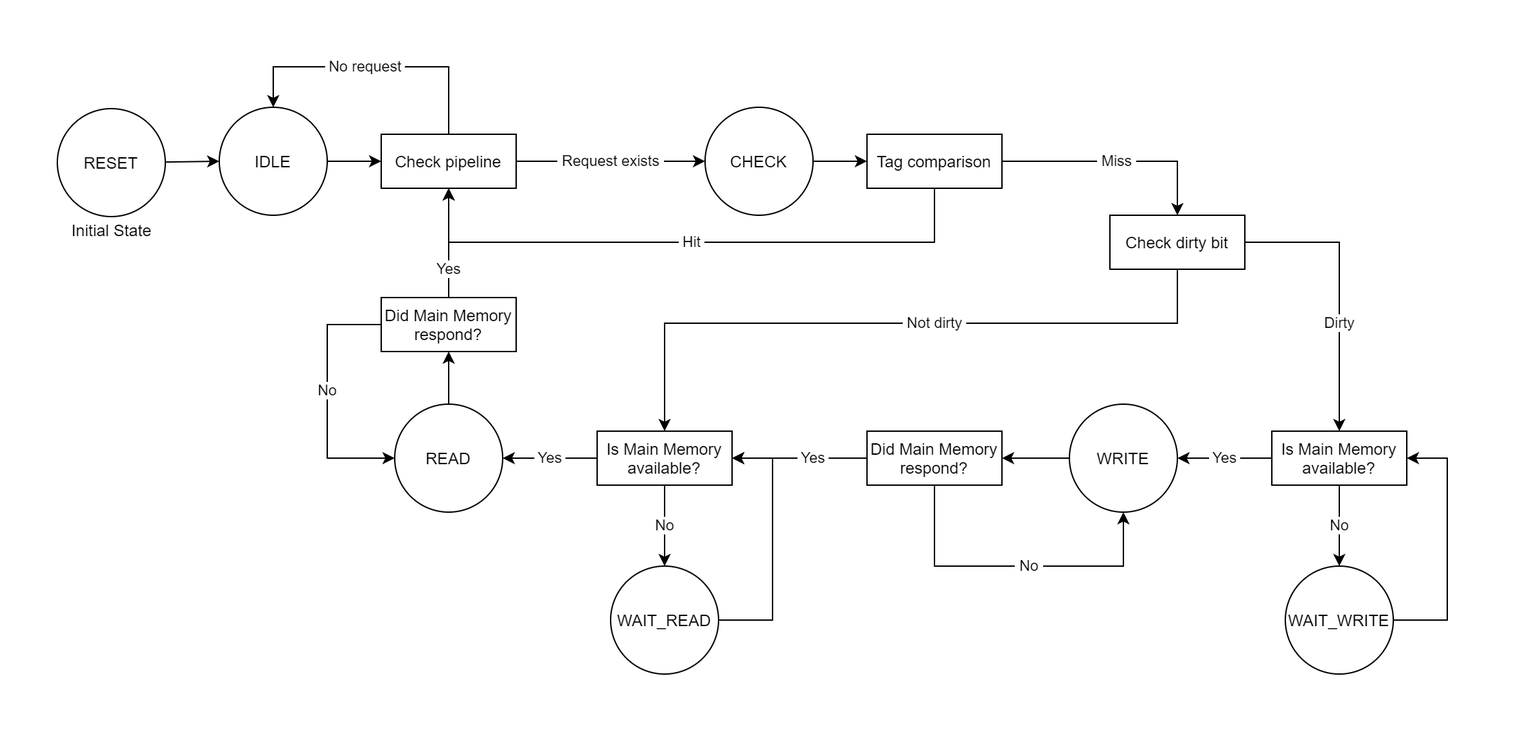
Before: images/state_diagram.png, a diagram exported from draw.io (VLSIDA/OpenCache). Source tidied: cells renumbered, new cells last; positions are measured from the earlier drawing's top-left corner, leaving out a move shared by most shapes.
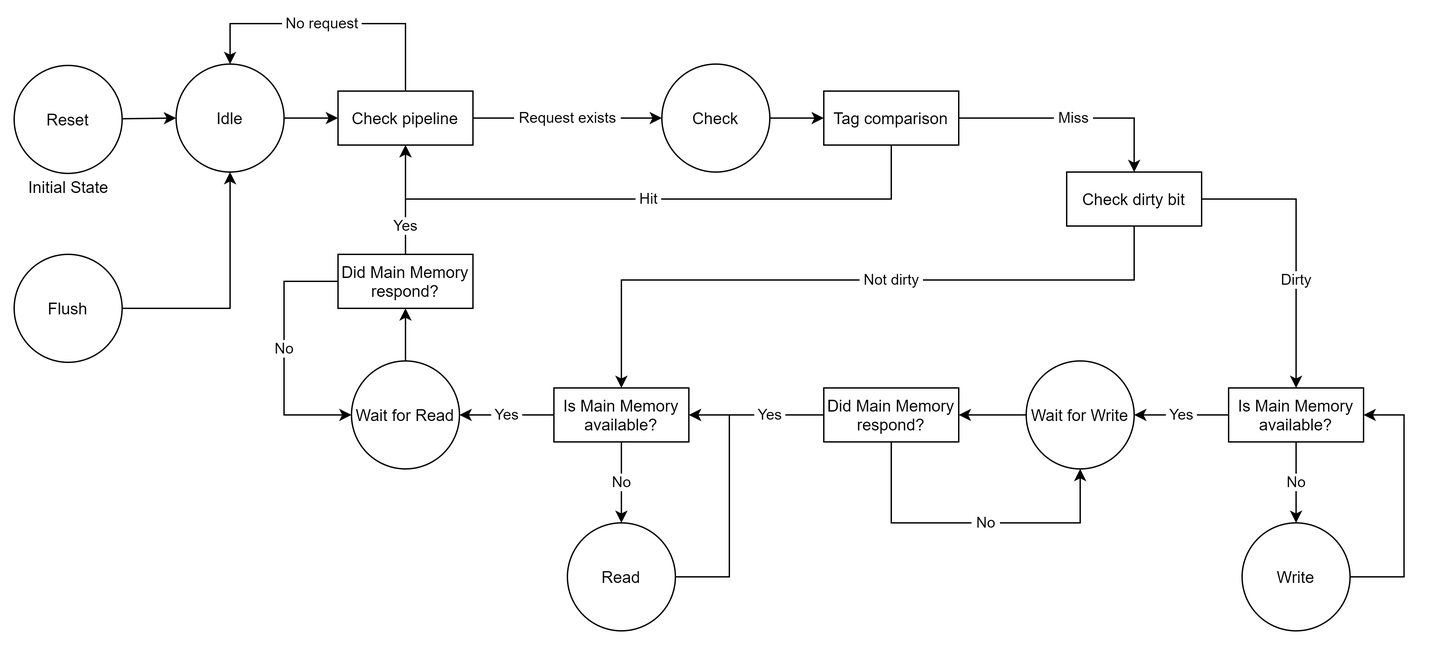
After the change.

What changed in the source:
```diff
@@ -5,7 +5,7 @@
     <mxCell id="2" style="edgeStyle=none;rounded=0;jettySize=auto;html=1;entryX=0;entryY=0.5;entryDx=0;entryDy=0;" parent="1" edge="1" source="3" target="6">
       <mxGeometry relative="1" as="geometry" />
     </mxCell>
-    <mxCell id="3" value="RESET" style="ellipse;whiteSpace=wrap;html=1;" parent="1" vertex="1">
+    <mxCell id="3" value="Reset" style="ellipse;whiteSpace=wrap;html=1;" parent="1" vertex="1">
       <mxGeometry y="31" width="80" height="80" as="geometry" />
     </mxCell>
     <mxCell id="4" value="&amp;nbsp;Request exists&amp;nbsp;" style="edgeStyle=orthogonalEdgeStyle;rounded=0;jettySize=auto;html=1;entryX=0;entryY=0.5;entryDx=0;entryDy=0;" parent="1" edge="1" source="11" target="8">
@@ -14,13 +14,13 @@
     <mxCell id="5" style="edgeStyle=orthogonalEdgeStyle;rounded=0;jettySize=auto;html=1;entryX=0;entryY=0.5;entryDx=0;entryDy=0;targetPerimeterSpacing=0;" parent="1" edge="1" source="6" target="11">
       <mxGeometry relative="1" as="geometry" />
     </mxCell>
-    <mxCell id="6" value="IDLE" style="ellipse;whiteSpace=wrap;html=1;" parent="1" vertex="1">
+    <mxCell id="6" value="Idle" style="ellipse;whiteSpace=wrap;html=1;" parent="1" vertex="1">
       <mxGeometry x="120" y="30" width="80" height="80" as="geometry" />
     </mxCell>
     <mxCell id="7" style="edgeStyle=orthogonalEdgeStyle;rounded=0;jettySize=auto;html=1;entryX=0;entryY=0.5;entryDx=0;entryDy=0;targetPerimeterSpacing=0;" parent="1" edge="1" source="8" target="14">
       <mxGeometry relative="1" as="geometry" />
     </mxCell>
-    <mxCell id="8" value="CHECK" style="ellipse;whiteSpace=wrap;html=1;" parent="1" vertex="1">
+    <mxCell id="8" value="Check" style="ellipse;whiteSpace=wrap;html=1;" parent="1" vertex="1">
       <mxGeometry x="480" y="30" width="80" height="80" as="geometry" />
     </mxCell>
     <mxCell id="9" value="Initial State" style="text;html=1;align=center;verticalAlign=middle;strokeColor=none;" parent="1" vertex="1">
@@ -77,19 +77,19 @@
         </Array>
       </mxGeometry>
     </mxCell>
-    <mxCell id="19" value="WAIT_WRITE" style="ellipse;whiteSpace=wrap;html=1;" parent="1" vertex="1">
+    <mxCell id="19" value="Write" style="ellipse;whiteSpace=wrap;html=1;" parent="1" vertex="1">
       <mxGeometry x="910" y="370" width="80" height="80" as="geometry" />
     </mxCell>
     <mxCell id="20" style="edgeStyle=orthogonalEdgeStyle;rounded=0;jettySize=auto;html=1;entryX=1;entryY=0.5;entryDx=0;entryDy=0;targetPerimeterSpacing=0;" parent="1" edge="1" source="21" target="37">
       <mxGeometry relative="1" as="geometry" />
     </mxCell>
-    <mxCell id="21" value="WRITE" style="ellipse;whiteSpace=wrap;html=1;" parent="1" vertex="1">
+    <mxCell id="21" value="Wait for Write" style="ellipse;whiteSpace=wrap;html=1;" parent="1" vertex="1">
       <mxGeometry x="750" y="250" width="80" height="80" as="geometry" />
     </mxCell>
     <mxCell id="22" style="edgeStyle=orthogonalEdgeStyle;rounded=0;jettySize=auto;html=1;entryX=0.5;entryY=1;entryDx=0;entryDy=0;targetPerimeterSpacing=0;" parent="1" edge="1" source="23" target="34">
       <mxGeometry relative="1" as="geometry" />
     </mxCell>
-    <mxCell id="23" value="READ" style="ellipse;whiteSpace=wrap;html=1;" parent="1" vertex="1">
+    <mxCell id="23" value="Wait for Read" style="ellipse;whiteSpace=wrap;html=1;" parent="1" vertex="1">
       <mxGeometry x="250" y="250" width="80" height="80" as="geometry" />
     </mxCell>
     <mxCell id="24" value="&amp;nbsp;Yes&amp;nbsp;" style="edgeStyle=orthogonalEdgeStyle;rounded=0;jettySize=auto;html=1;entryX=1;entryY=0.5;entryDx=0;entryDy=0;targetPerimeterSpacing=0;" parent="1" edge="1" source="26" target="21">
@@ -118,7 +118,7 @@
         </Array>
       </mxGeometry>
     </mxCell>
-    <mxCell id="31" value="WAIT_READ" style="ellipse;whiteSpace=wrap;html=1;" parent="1" vertex="1">
+    <mxCell id="31" value="Read" style="ellipse;whiteSpace=wrap;html=1;" parent="1" vertex="1">
       <mxGeometry x="410" y="370" width="80" height="80" as="geometry" />
     </mxCell>
     <mxCell id="32" value="&amp;nbsp;No&amp;nbsp;" style="edgeStyle=orthogonalEdgeStyle;rounded=0;jettySize=auto;html=1;entryX=0;entryY=0.5;entryDx=0;entryDy=0;targetPerimeterSpacing=0;" parent="1" edge="1" source="34" target="23">
@@ -151,5 +151,11 @@
     <mxCell id="37" value="Did Main Memory respond?" style="rounded=0;whiteSpace=wrap;html=1;" parent="1" vertex="1">
       <mxGeometry x="600" y="270" width="100" height="40" as="geometry" />
     </mxCell>
+    <mxCell id="38" style="edgeStyle=orthogonalEdgeStyle;rounded=0;jettySize=auto;html=1;entryX=0.5;entryY=1;entryDx=0;entryDy=0;" parent="1" edge="1" source="39" target="6">
+      <mxGeometry relative="1" as="geometry" />
+    </mxCell>
+    <mxCell id="39" value="Flush" style="ellipse;whiteSpace=wrap;html=1;" parent="1" vertex="1">
+      <mxGeometry y="171" width="80" height="80" as="geometry" />
+    </mxCell>
   </root>
 </mxGraphModel>
```
